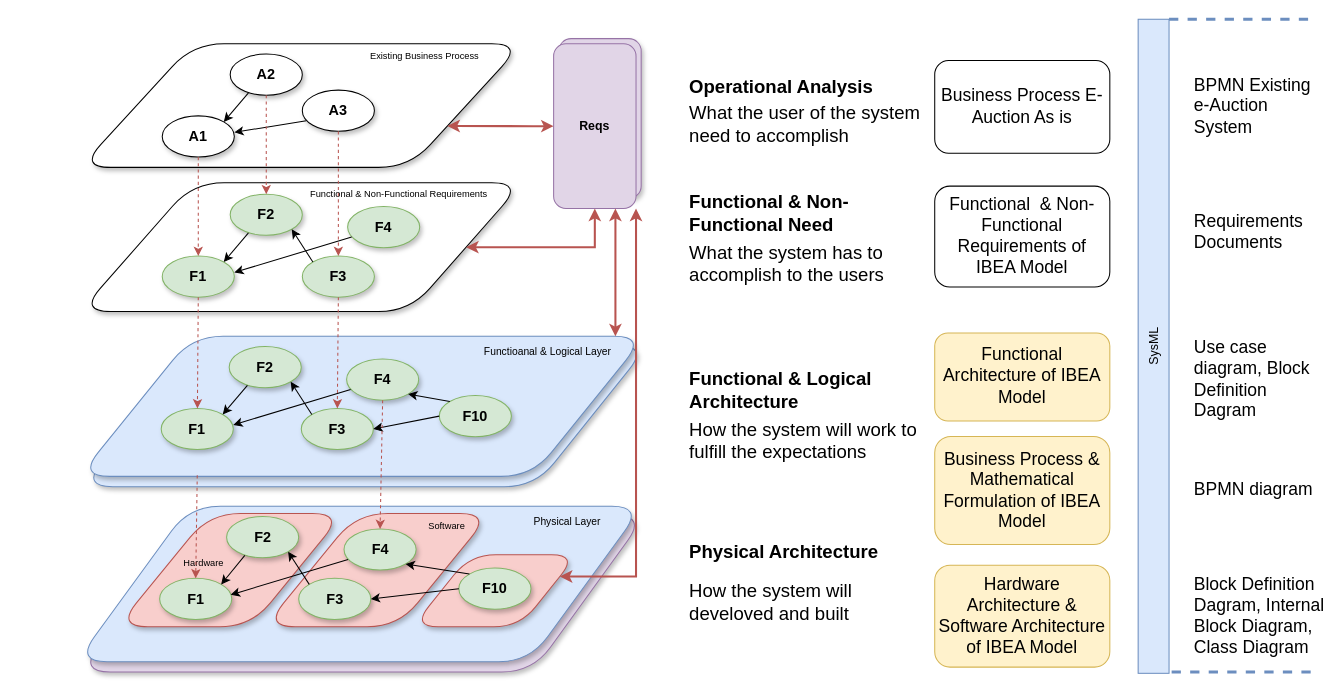
Above: MBSE layer.drawio in ariesharry/Diagrams (draw.io), before the change. Source tidied: cells renumbered, new cells numbered last; positions are measured from the earlier drawing's top-left corner, leaving out a move shared by most shapes. Both pictures are drawn from the tidied source at 103%, with x=0, y=0 at pixel (75, 19).
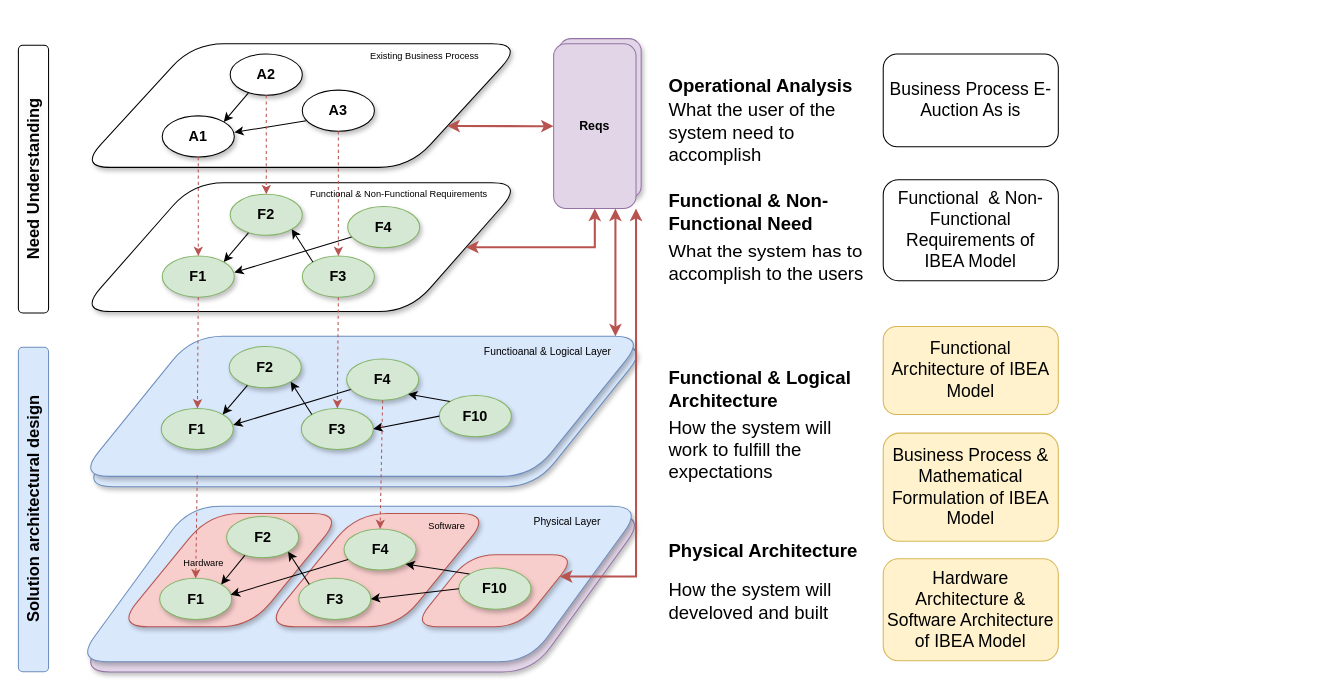
Above is the later version.

What changed in the source:
```diff
@@
-    <mxCell id="3" value="SysML" style="rounded=0;whiteSpace=wrap;html=1;rotation=-90;fillColor=#dae8fc;strokeColor=#6c8ebf;" parent="1" vertex="1">
-      <mxGeometry x="729" y="302.7" width="635" height="30" as="geometry" />
-    </mxCell>
     <mxCell id="4" value="Business Process E-Auction As is" style="rounded=1;whiteSpace=wrap;html=1;fontSize=17;" parent="1" vertex="1">
-      <mxGeometry x="834" y="40.2" width="170" height="90" as="geometry" />
+      <mxGeometry x="784" y="34" width="170" height="90" as="geometry" />
     </mxCell>
     <mxCell id="5" value="Functional&amp;nbsp; &amp;amp; Non- Functional Requirements of IBEA Model" style="rounded=1;whiteSpace=wrap;html=1;fontSize=17;" parent="1" vertex="1">
-      <mxGeometry x="834" y="162.2" width="170" height="98" as="geometry" />
+      <mxGeometry x="784" y="156" width="170" height="98" as="geometry" />
     </mxCell>
     <mxCell id="6" value="&lt;font style=&quot;font-size: 17px;&quot;&gt;Business Process &amp;amp; Mathematical Formulation of IBEA Model&lt;/font&gt;" style="rounded=1;whiteSpace=wrap;html=1;fillColor=#fff2cc;strokeColor=#d6b656;" parent="1" vertex="1">
-      <mxGeometry x="834" y="405.2" width="170" height="105" as="geometry" />
+      <mxGeometry x="784" y="402" width="170" height="105" as="geometry" />
     </mxCell>
     <mxCell id="7" value="Hardware Architecture &amp;amp;&lt;br&gt;Software Architecture of IBEA Model" style="rounded=1;whiteSpace=wrap;html=1;fontSize=17;fillColor=#fff2cc;strokeColor=#d6b656;" parent="1" vertex="1">
-      <mxGeometry x="834" y="530.2" width="170" height="99" as="geometry" />
+      <mxGeometry x="784" y="524" width="170" height="99" as="geometry" />
     </mxCell>
-    <mxCell id="8" value="BPMN Existing e-Auction System" style="text;html=1;strokeColor=none;fillColor=none;align=left;verticalAlign=middle;whiteSpace=wrap;rounded=0;fontSize=17;" parent="1" vertex="1">
-      <mxGeometry x="1084" y="70.2" width="130" height="30" as="geometry" />
-    </mxCell>
-    <mxCell id="9" value="Use case diagram, Block Definition Dagram" style="text;html=1;strokeColor=none;fillColor=none;align=left;verticalAlign=middle;whiteSpace=wrap;rounded=0;fontSize=17;" parent="1" vertex="1">
-      <mxGeometry x="1084" y="335" width="130" height="30" as="geometry" />
-    </mxCell>
-    <mxCell id="10" value="BPMN diagram" style="text;html=1;strokeColor=none;fillColor=none;align=left;verticalAlign=middle;whiteSpace=wrap;rounded=0;fontSize=17;" parent="1" vertex="1">
-      <mxGeometry x="1084" y="442.7" width="130" height="30" as="geometry" />
-    </mxCell>
-    <mxCell id="11" value="Block Definition Dagram, Internal Block Diagram, Class Diagram" style="text;html=1;strokeColor=none;fillColor=none;align=left;verticalAlign=middle;whiteSpace=wrap;rounded=0;fontSize=17;" parent="1" vertex="1">
-      <mxGeometry x="1084" y="564.7" width="130" height="30" as="geometry" />
-    </mxCell>
-    <mxCell id="12" style="endArrow=none;dashed=1;html=1;rounded=0;fontSize=17;strokeWidth=3;strokeColor=#6c8ebf;exitX=1;exitY=1;exitDx=0;exitDy=0;fillColor=#dae8fc;" parent="1" edge="1" source="3">
-      <mxGeometry relative="1" as="geometry">
-        <mxPoint x="1204" y="0.2" as="targetPoint" />
-      </mxGeometry>
-    </mxCell>
-    <mxCell id="13" style="endArrow=none;dashed=1;html=1;rounded=0;fontSize=17;strokeWidth=3;strokeColor=#6c8ebf;exitX=1;exitY=1;exitDx=0;exitDy=0;fillColor=#dae8fc;" parent="1" edge="1">
-      <mxGeometry relative="1" as="geometry">
-        <mxPoint x="1064" y="634" as="sourcePoint" />
-        <mxPoint x="1206" y="634" as="targetPoint" />
-      </mxGeometry>
-    </mxCell>
     <mxCell id="14" value="Functional Architecture of IBEA Model" style="rounded=1;whiteSpace=wrap;html=1;fontSize=17;fillColor=#fff2cc;strokeColor=#d6b656;" parent="1" vertex="1">
-      <mxGeometry x="834" y="304.7" width="170" height="85.5" as="geometry" />
+      <mxGeometry x="784" y="298.5" width="170" height="85.5" as="geometry" />
     </mxCell>
-    <mxCell id="15" style="edgeStyle=orthogonalEdgeStyle;rounded=0;orthogonalLoop=1;jettySize=auto;html=1;exitX=0.5;exitY=1;exitDx=0;exitDy=0;" parent="1" edge="1" source="8" target="8">
-      <mxGeometry relative="1" as="geometry" />
-    </mxCell>
-    <mxCell id="16" value="Requirements Documents" style="text;html=1;strokeColor=none;fillColor=none;align=left;verticalAlign=middle;whiteSpace=wrap;rounded=0;fontSize=17;" parent="1" vertex="1">
-      <mxGeometry x="1084" y="192" width="130" height="30" as="geometry" />
-    </mxCell>
@@
     <mxCell id="76" value="Operational Analysis" style="text;html=1;strokeColor=none;fillColor=none;align=left;verticalAlign=middle;whiteSpace=wrap;rounded=0;fontStyle=1;fontSize=18;" parent="1" vertex="1">
-      <mxGeometry x="594" y="50.5" width="230" height="30" as="geometry" />
+      <mxGeometry x="574" y="49.5" width="230" height="30" as="geometry" />
     </mxCell>
     <mxCell id="77" value="What the user of the system need to accomplish" style="text;html=1;strokeColor=none;fillColor=none;align=left;verticalAlign=middle;whiteSpace=wrap;rounded=0;fontStyle=0;fontSize=18;" parent="1" vertex="1">
-      <mxGeometry x="594" y="87.5" width="230" height="30" as="geometry" />
+      <mxGeometry x="574" y="95.5" width="200" height="30" as="geometry" />
     </mxCell>
     <mxCell id="78" value="Functional &amp;amp; Non-Functional Need" style="text;html=1;strokeColor=none;fillColor=none;align=left;verticalAlign=middle;whiteSpace=wrap;rounded=0;fontStyle=1;fontSize=18;" parent="1" vertex="1">
-      <mxGeometry x="594" y="174" width="230" height="30" as="geometry" />
+      <mxGeometry x="574" y="173" width="230" height="30" as="geometry" />
     </mxCell>
     <mxCell id="79" value="What the system has to accomplish to the users" style="text;html=1;strokeColor=none;fillColor=none;align=left;verticalAlign=middle;whiteSpace=wrap;rounded=0;fontStyle=0;fontSize=18;" parent="1" vertex="1">
-      <mxGeometry x="594" y="223" width="230" height="30" as="geometry" />
+      <mxGeometry x="574" y="222" width="230" height="30" as="geometry" />
     </mxCell>
     <mxCell id="80" value="Functional &amp;amp; Logical Architecture" style="text;html=1;strokeColor=none;fillColor=none;align=left;verticalAlign=middle;whiteSpace=wrap;rounded=0;fontStyle=1;fontSize=18;" parent="1" vertex="1">
-      <mxGeometry x="594" y="346" width="230" height="30" as="geometry" />
+      <mxGeometry x="574" y="345" width="230" height="30" as="geometry" />
     </mxCell>
     <mxCell id="81" value="How the system will work to fulfill the expectations" style="text;html=1;strokeColor=none;fillColor=none;align=left;verticalAlign=middle;whiteSpace=wrap;rounded=0;fontStyle=0;fontSize=18;" parent="1" vertex="1">
-      <mxGeometry x="594" y="395" width="230" height="30" as="geometry" />
+      <mxGeometry x="574" y="404" width="200" height="30" as="geometry" />
     </mxCell>
     <mxCell id="82" value="Physical Architecture" style="text;html=1;strokeColor=none;fillColor=none;align=left;verticalAlign=middle;whiteSpace=wrap;rounded=0;fontStyle=1;fontSize=18;" parent="1" vertex="1">
-      <mxGeometry x="594" y="503" width="230" height="30" as="geometry" />
+      <mxGeometry x="574" y="502" width="230" height="30" as="geometry" />
     </mxCell>
     <mxCell id="83" value="How the system will develoved and built" style="text;html=1;strokeColor=none;fillColor=none;align=left;verticalAlign=middle;whiteSpace=wrap;rounded=0;fontStyle=0;fontSize=18;" parent="1" vertex="1">
-      <mxGeometry x="594" y="552" width="230" height="30" as="geometry" />
+      <mxGeometry x="574" y="551" width="230" height="30" as="geometry" />
     </mxCell>
+    <mxCell id="84" value="&lt;span style=&quot;color: rgb(0, 0, 0); font-family: Helvetica; font-size: 16px; font-style: normal; font-variant-ligatures: normal; font-variant-caps: normal; letter-spacing: normal; orphans: 2; text-align: center; text-indent: 0px; text-transform: none; widows: 2; word-spacing: 0px; -webkit-text-stroke-width: 0px; background-color: rgb(251, 251, 251); text-decoration-thickness: initial; text-decoration-style: initial; text-decoration-color: initial; float: none; display: inline !important;&quot;&gt;Need Understanding&lt;/span&gt;" style="rounded=1;whiteSpace=wrap;html=1;rotation=-90;fontSize=16;fontStyle=1;" parent="1" vertex="1">
+      <mxGeometry x="-171" y="140.7" width="260" height="29.3" as="geometry" />
+    </mxCell>
+    <mxCell id="85" value="&lt;span style=&quot;font-family: Helvetica; font-size: 16px; font-style: normal; font-variant-ligatures: normal; font-variant-caps: normal; letter-spacing: normal; orphans: 2; text-align: center; text-indent: 0px; text-transform: none; widows: 2; word-spacing: 0px; -webkit-text-stroke-width: 0px; text-decoration-thickness: initial; text-decoration-style: initial; text-decoration-color: initial; float: none; display: inline !important;&quot;&gt;Solution architectural design&lt;/span&gt;" style="rounded=1;whiteSpace=wrap;html=1;rotation=-90;fontSize=16;fontStyle=1;fillColor=#dae8fc;strokeColor=#6c8ebf;labelBackgroundColor=none;fontColor=default;labelBorderColor=none;" parent="1" vertex="1">
+      <mxGeometry x="-198.5" y="461.5" width="315" height="29.3" as="geometry" />
+    </mxCell>
```
